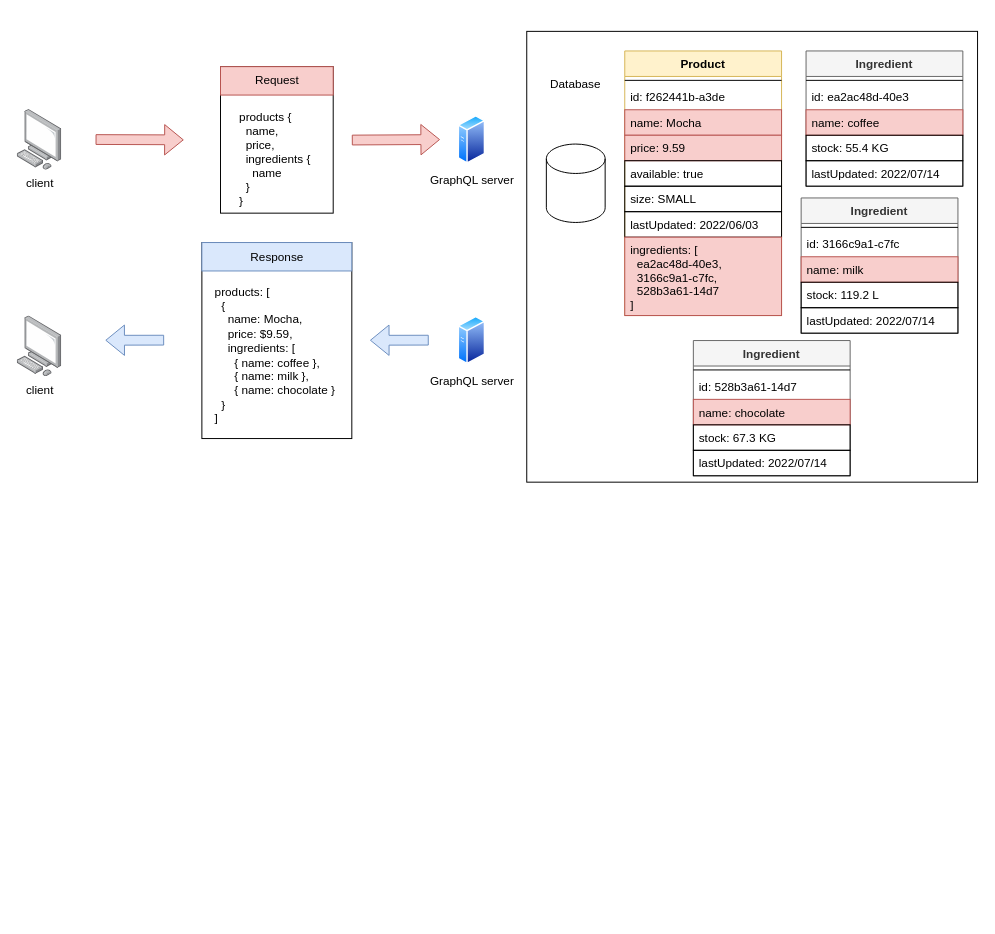
Above: page "8.2" (2 of 17) of ch08.drawio in abunuwas/microservices-apis-img (draw.io), before the change. Source tidied: cells renumbered, new cells numbered last; positions are measured from the earlier drawing's top-left corner, leaving out a move shared by most shapes. Both pictures are drawn from the tidied source at 98%, with x=0, y=0 at pixel (17, 30).
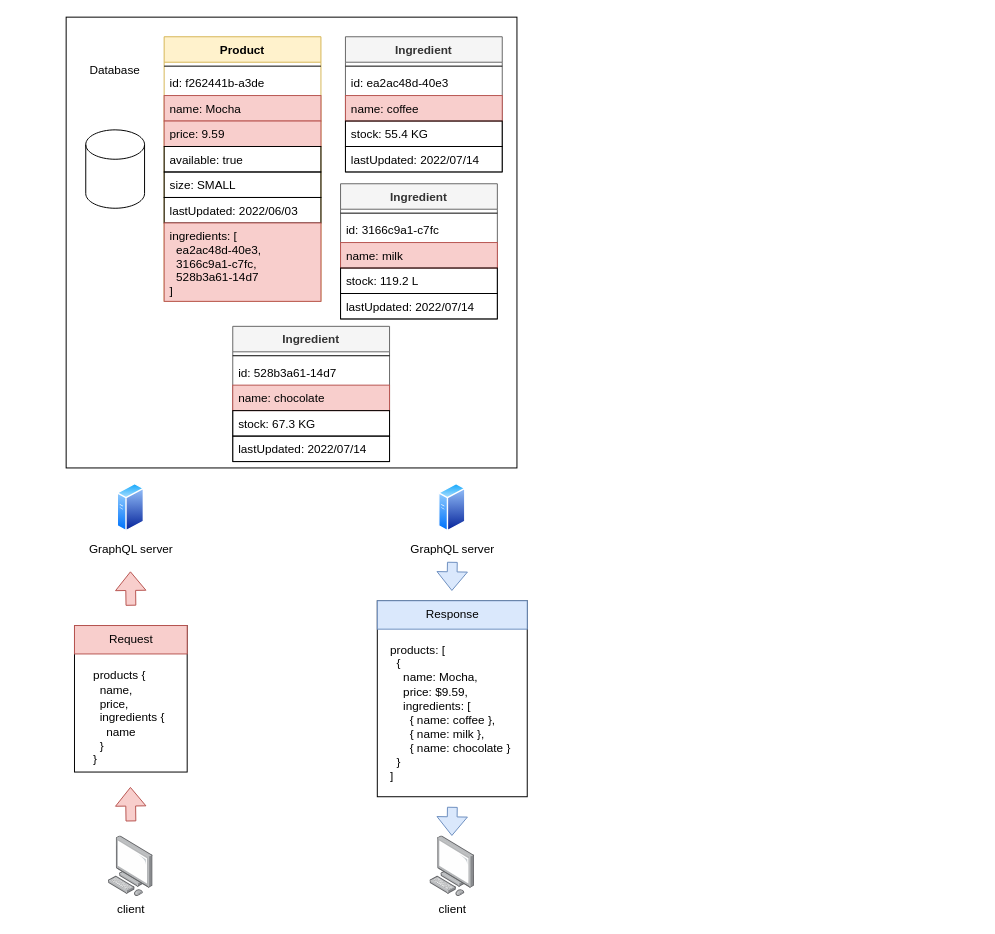
The same page after the edit.

Change to the diagram source:
```diff
@@
     <mxCell id="2" style="rounded=0;whiteSpace=wrap;html=1;strokeColor=#000000;" parent="1" vertex="1">
-      <mxGeometry x="520" y="0.5" width="460" height="460" as="geometry" />
+      <mxGeometry x="50" y="-14" width="460" height="460" as="geometry" />
     </mxCell>
     <mxCell id="3" value="Ingredient" style="swimlane;fontStyle=1;align=center;verticalAlign=top;horizontal=1;startSize=26;fillColor=#f5f5f5;strokeColor=#666666;fontColor=#333333;" parent="1" vertex="1">
-      <mxGeometry x="805" y="20.5" width="160" height="138" as="geometry" />
+      <mxGeometry x="335" y="6" width="160" height="138" as="geometry" />
     </mxCell>
@@
     <mxCell id="9" value="Product" style="swimlane;fontStyle=1;align=center;verticalAlign=top;horizontal=1;startSize=26;fillColor=#fff2cc;strokeColor=#d6b656;" parent="1" vertex="1">
-      <mxGeometry x="620" y="20.5" width="160" height="270" as="geometry" />
+      <mxGeometry x="150" y="6" width="160" height="270" as="geometry" />
     </mxCell>
@@
     <mxCell id="18" value="client" style="html=1;align=center;shadow=0;dashed=0;image;image=img/lib/allied_telesis/computer_and_terminals/Personal_Computer.svg;strokeColor=#000000;" parent="1" vertex="1">
-      <mxGeometry y="80.3" width="45.6" height="61.8" as="geometry" />
+      <mxGeometry x="93.2" y="821.5" width="45.6" height="61.8" as="geometry" />
     </mxCell>
     <mxCell id="19" style="rounded=0;whiteSpace=wrap;html=1;strokeColor=#000000;" parent="1" vertex="1">
-      <mxGeometry x="207.5" y="36.5" width="115" height="149.5" as="geometry" />
+      <mxGeometry x="58.5" y="606.8" width="115" height="149.5" as="geometry" />
     </mxCell>
     <mxCell id="20" value="products { &lt;br&gt;&amp;nbsp; name, &lt;br&gt;&amp;nbsp; price,&lt;br&gt;&amp;nbsp; ingredients {&lt;br&gt;&amp;nbsp; &amp;nbsp; name&lt;br&gt;&amp;nbsp; }&lt;br&gt;}" style="text;html=1;strokeColor=none;fillColor=none;align=left;verticalAlign=middle;whiteSpace=wrap;rounded=0;" parent="1" vertex="1">
-      <mxGeometry x="225" y="75.5" width="80" height="110.5" as="geometry" />
+      <mxGeometry x="76" y="645.8" width="80" height="110.5" as="geometry" />
     </mxCell>
     <mxCell id="21" value="Request" style="text;html=1;fillColor=#f8cecc;align=center;verticalAlign=middle;whiteSpace=wrap;rounded=0;strokeColor=#b85450;" parent="1" vertex="1">
-      <mxGeometry x="207.5" y="36.5" width="115" height="29" as="geometry" />
+      <mxGeometry x="58.5" y="606.8" width="115" height="29" as="geometry" />
     </mxCell>
     <mxCell id="22" value="GraphQL server" style="perimeter=ellipsePerimeter;html=1;align=center;shadow=0;dashed=0;spacingTop=3;image;image=img/lib/active_directory/generic_server.svg;strokeColor=#000000;" parent="1" vertex="1">
-      <mxGeometry x="450" y="86.2" width="28" height="50" as="geometry" />
+      <mxGeometry x="102" y="461.5" width="28" height="50" as="geometry" />
     </mxCell>
     <mxCell id="23" style="shape=cylinder3;whiteSpace=wrap;html=1;boundedLbl=1;backgroundOutline=1;size=15;strokeColor=#000000;" parent="1" vertex="1">
-      <mxGeometry x="540" y="115.5" width="60" height="80" as="geometry" />
+      <mxGeometry x="70" y="101" width="60" height="80" as="geometry" />
     </mxCell>
     <mxCell id="24" style="rounded=0;whiteSpace=wrap;html=1;strokeColor=#000000;" parent="1" vertex="1">
-      <mxGeometry x="188.5" y="216" width="153" height="200" as="geometry" />
+      <mxGeometry x="367.5" y="581.5" width="153" height="200" as="geometry" />
     </mxCell>
     <mxCell id="25" value="products: [&lt;br&gt;&amp;nbsp; {&lt;br&gt;&amp;nbsp; &amp;nbsp; name: Mocha,&lt;br&gt;&amp;nbsp; &amp;nbsp; price: $9.59,&lt;br&gt;&amp;nbsp; &amp;nbsp; ingredients: [&lt;br&gt;&amp;nbsp; &amp;nbsp; &amp;nbsp; { name: coffee },&lt;br&gt;&amp;nbsp; &amp;nbsp; &amp;nbsp; {&amp;nbsp;name: milk&amp;nbsp;},&lt;br&gt;&amp;nbsp; &amp;nbsp; &amp;nbsp; {&amp;nbsp;name: chocolate&amp;nbsp;}&lt;br&gt;&amp;nbsp; }&lt;br&gt;]" style="text;html=1;strokeColor=none;fillColor=none;align=left;verticalAlign=middle;whiteSpace=wrap;rounded=0;" parent="1" vertex="1">
-      <mxGeometry x="200" y="255" width="130" height="151" as="geometry" />
+      <mxGeometry x="379" y="620.5" width="130" height="151" as="geometry" />
     </mxCell>
     <mxCell id="26" value="Response" style="text;html=1;fillColor=#dae8fc;align=center;verticalAlign=middle;whiteSpace=wrap;rounded=0;strokeColor=#6c8ebf;" parent="1" vertex="1">
-      <mxGeometry x="188.5" y="216" width="153" height="29" as="geometry" />
+      <mxGeometry x="367.5" y="581.5" width="153" height="29" as="geometry" />
     </mxCell>
-    <mxCell id="27" style="shape=flexArrow;endArrow=classic;html=1;fillColor=#f8cecc;strokeColor=#b85450;" parent="1" edge="1">
-      <mxGeometry relative="1" as="geometry">
-        <mxPoint x="80" y="110.9" as="sourcePoint" />
-        <mxPoint x="170" y="111.2" as="targetPoint" />
-      </mxGeometry>
-    </mxCell>
-    <mxCell id="28" style="shape=flexArrow;endArrow=classic;html=1;fillColor=#dae8fc;strokeColor=#6c8ebf;" parent="1" edge="1">
-      <mxGeometry relative="1" as="geometry">
-        <mxPoint x="420" y="315.6" as="sourcePoint" />
-        <mxPoint x="360" y="315.7" as="targetPoint" />
-      </mxGeometry>
-    </mxCell>
     <mxCell id="29" value="GraphQL server" style="perimeter=ellipsePerimeter;html=1;align=center;shadow=0;dashed=0;spacingTop=3;image;image=img/lib/active_directory/generic_server.svg;strokeColor=#000000;" parent="1" vertex="1">
-      <mxGeometry x="450" y="291" width="28" height="50" as="geometry" />
+      <mxGeometry x="430" y="461.5" width="28" height="50" as="geometry" />
     </mxCell>
     <mxCell id="30" value="client" style="html=1;align=center;shadow=0;dashed=0;image;image=img/lib/allied_telesis/computer_and_terminals/Personal_Computer.svg;strokeColor=#000000;" parent="1" vertex="1">
-      <mxGeometry y="291" width="45.6" height="61.8" as="geometry" />
+      <mxGeometry x="421.2" y="821.5" width="45.6" height="61.8" as="geometry" />
     </mxCell>
     <mxCell id="31" style="shape=flexArrow;endArrow=classic;html=1;fillColor=#f8cecc;strokeColor=#b85450;" parent="1" edge="1">
       <mxGeometry relative="1" as="geometry">
-        <mxPoint x="341.5" y="111.4" as="sourcePoint" />
-        <mxPoint x="431.5" y="110.9" as="targetPoint" />
+        <mxPoint x="116.1" y="586.6" as="sourcePoint" />
+        <mxPoint x="115.6" y="551.5" as="targetPoint" />
       </mxGeometry>
     </mxCell>
     <mxCell id="32" style="shape=flexArrow;endArrow=classic;html=1;fillColor=#dae8fc;strokeColor=#6c8ebf;" parent="1" edge="1">
       <mxGeometry relative="1" as="geometry">
-        <mxPoint x="150" y="315.6" as="sourcePoint" />
-        <mxPoint x="90" y="315.7" as="targetPoint" />
+        <mxPoint x="444.1" y="791.8" as="sourcePoint" />
+        <mxPoint x="443.6" y="821.5" as="targetPoint" />
       </mxGeometry>
     </mxCell>
     <mxCell id="33" value="Database" style="text;html=1;strokeColor=none;fillColor=none;align=center;verticalAlign=middle;whiteSpace=wrap;rounded=0;" parent="1" vertex="1">
-      <mxGeometry x="535" y="40" width="70" height="30" as="geometry" />
+      <mxGeometry x="65" y="25.5" width="70" height="30" as="geometry" />
     </mxCell>
     <mxCell id="34" value="Ingredient" style="swimlane;fontStyle=1;align=center;verticalAlign=top;horizontal=1;startSize=26;fillColor=#f5f5f5;strokeColor=#666666;fontColor=#333333;" parent="1" vertex="1">
-      <mxGeometry x="800" y="170.5" width="160" height="138" as="geometry" />
+      <mxGeometry x="330" y="156" width="160" height="138" as="geometry" />
     </mxCell>
@@
     <mxCell id="40" value="Ingredient" style="swimlane;fontStyle=1;align=center;verticalAlign=top;horizontal=1;startSize=26;fillColor=#f5f5f5;strokeColor=#666666;fontColor=#333333;" parent="1" vertex="1">
-      <mxGeometry x="690" y="316" width="160" height="138" as="geometry" />
+      <mxGeometry x="220" y="301.5" width="160" height="138" as="geometry" />
     </mxCell>
@@
+    <mxCell id="46" style="shape=flexArrow;endArrow=classic;html=1;fillColor=#dae8fc;strokeColor=#6c8ebf;" parent="1" edge="1">
+      <mxGeometry relative="1" as="geometry">
+        <mxPoint x="444.1" y="541.8" as="sourcePoint" />
+        <mxPoint x="443.6" y="571.5" as="targetPoint" />
+      </mxGeometry>
+    </mxCell>
+    <mxCell id="47" style="shape=flexArrow;endArrow=classic;html=1;fillColor=#f8cecc;strokeColor=#b85450;" parent="1" edge="1">
+      <mxGeometry relative="1" as="geometry">
+        <mxPoint x="116.1" y="806.7" as="sourcePoint" />
+        <mxPoint x="115.6" y="771.5" as="targetPoint" />
+      </mxGeometry>
+    </mxCell>
```
